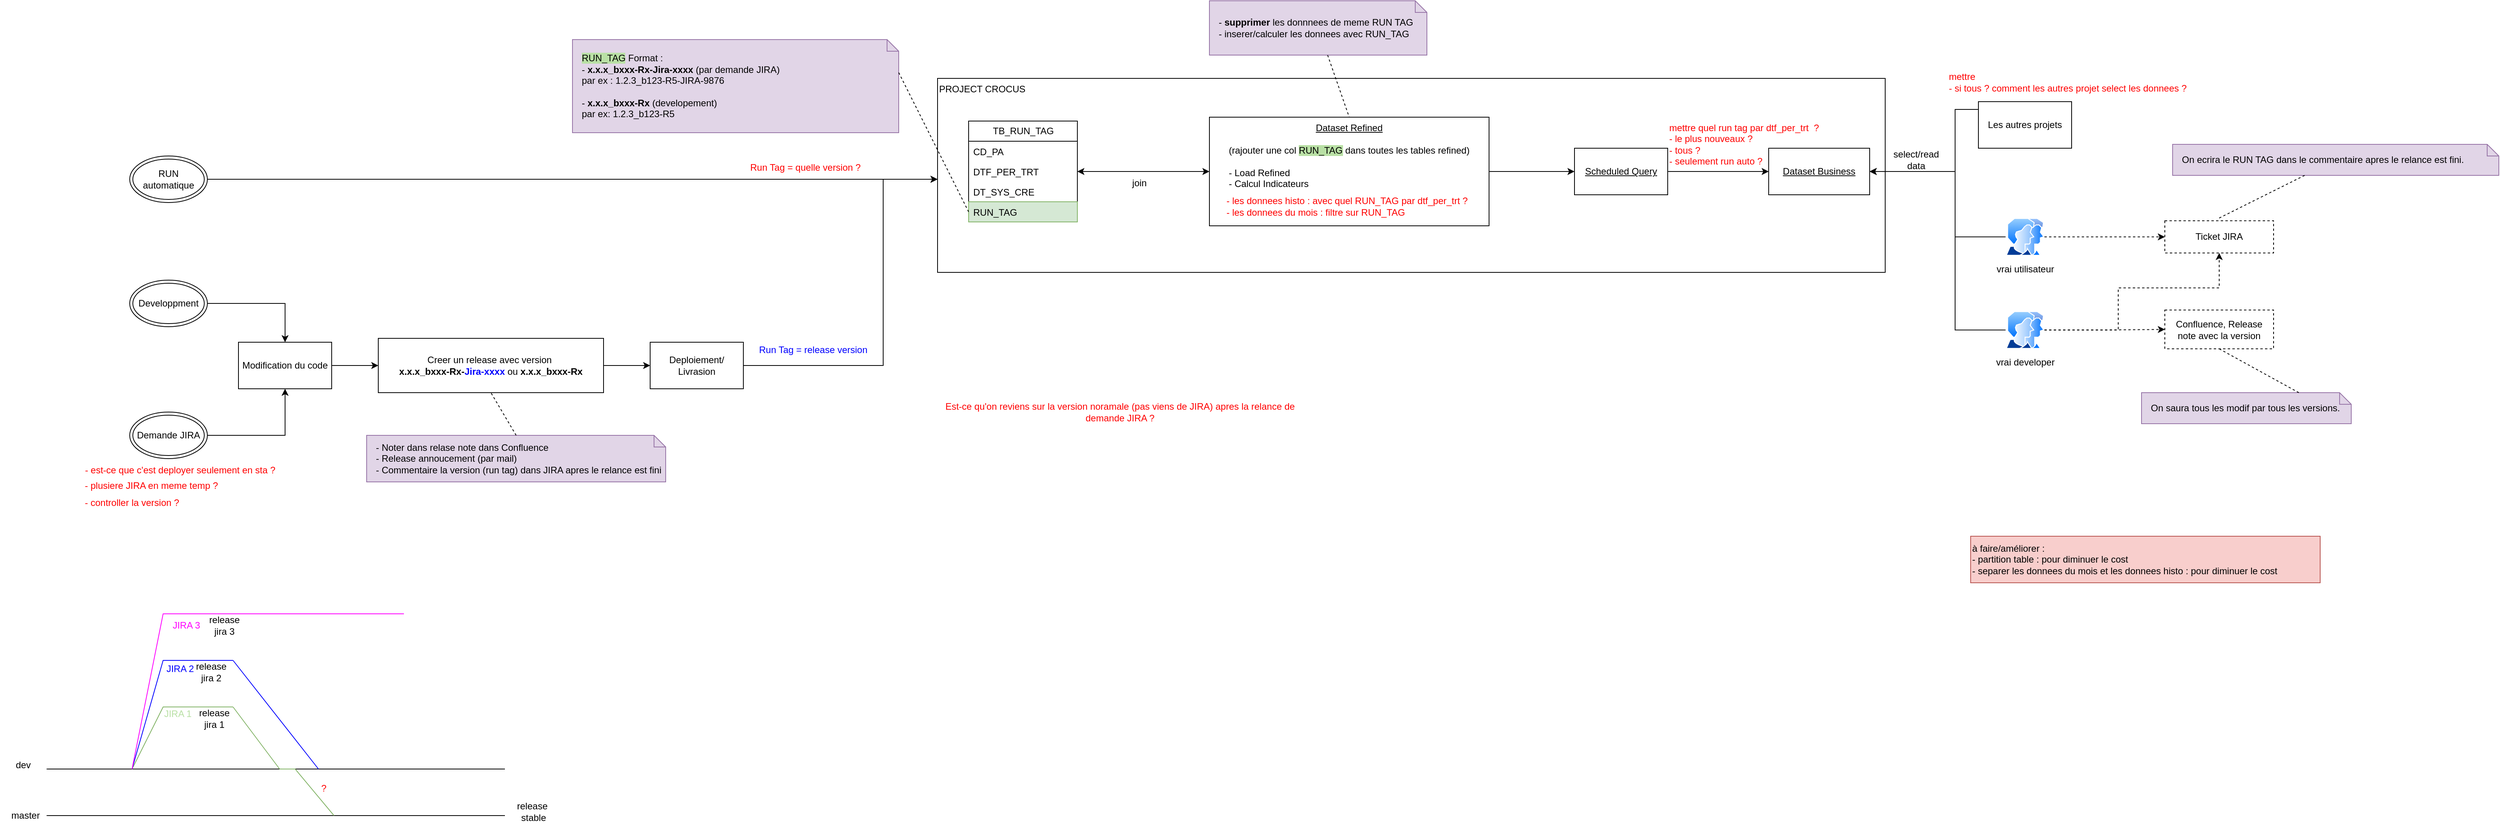
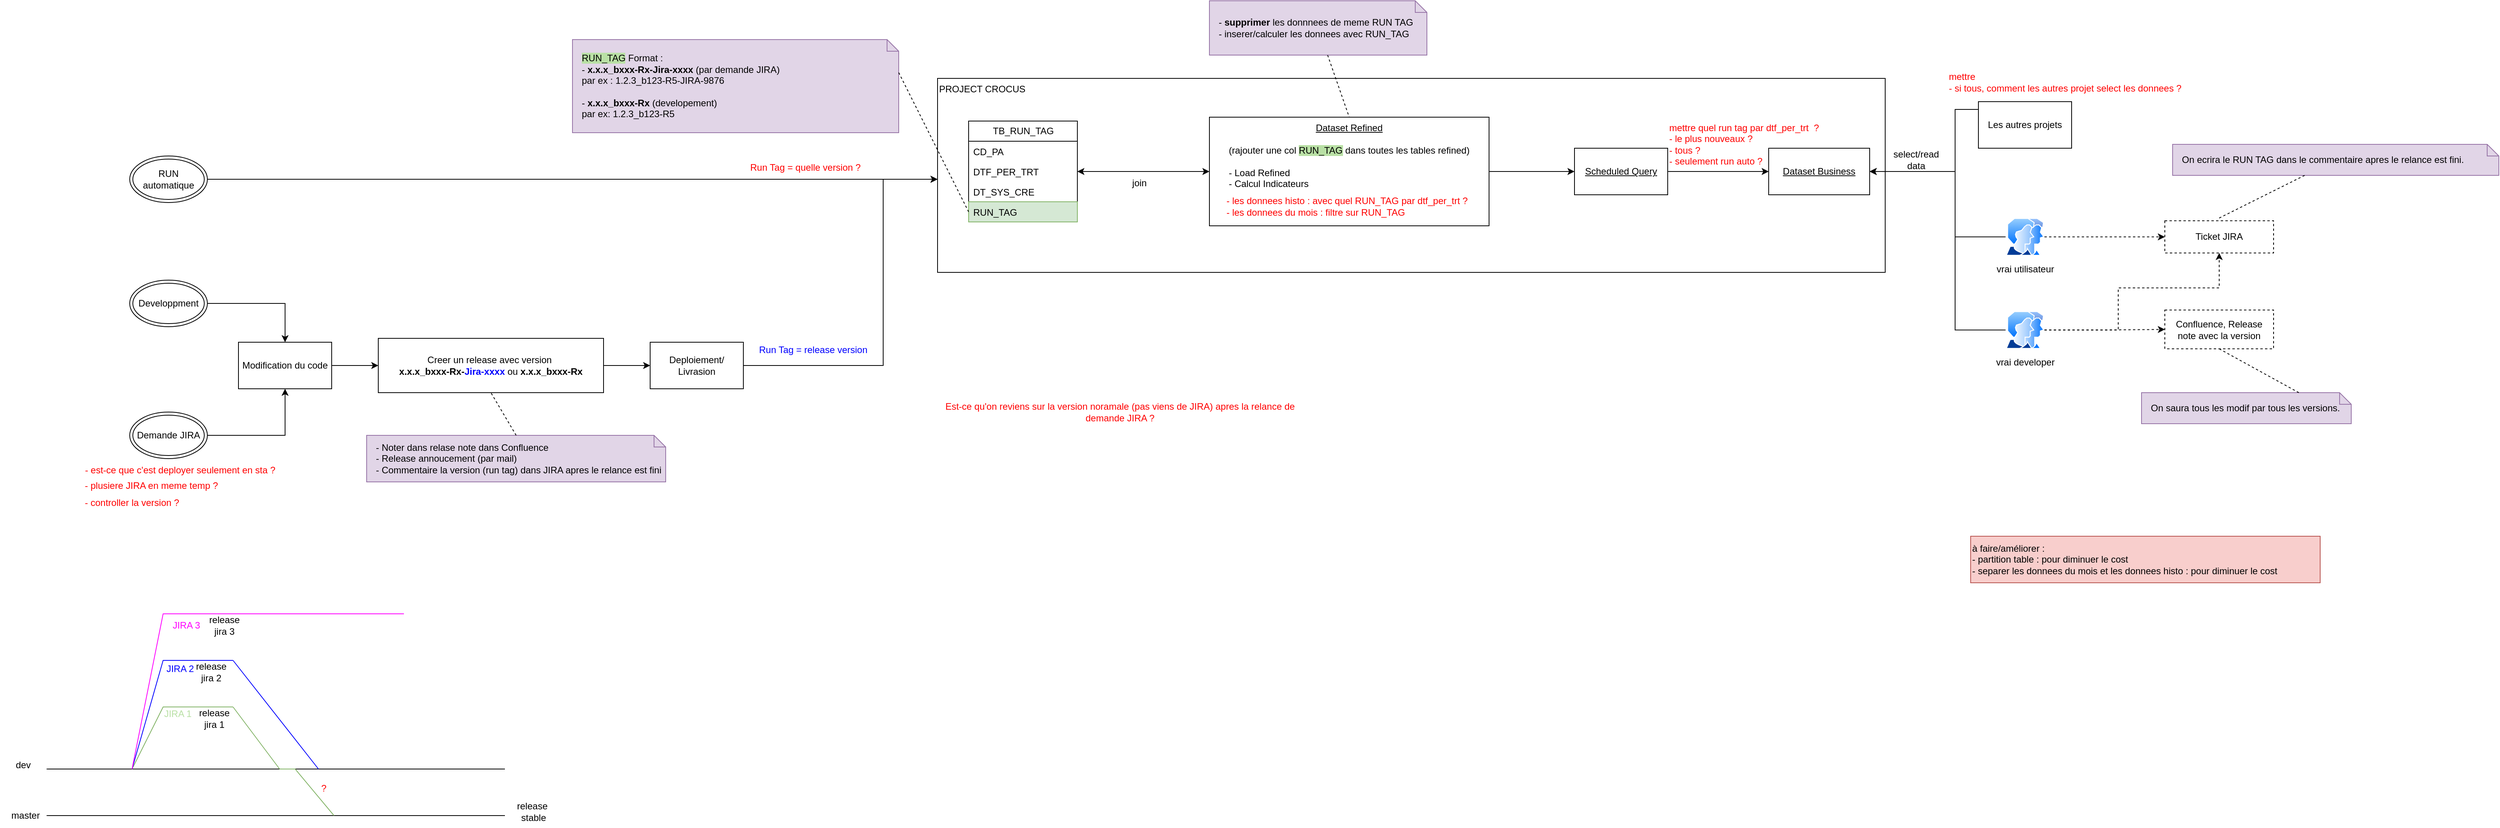
<mxfile host="app.diagrams.net">
  <diagram name="Page-1" id="bEAYSmEDHXBXhFzCy1HB">
-     <mxGraphModel dx="2238" dy="763" grid="1" gridSize="10" guides="1" tooltips="1" connect="1" arrows="1" fold="1" page="1" pageScale="1" pageWidth="827" pageHeight="1169" math="0" shadow="0">
+     <mxGraphModel dx="2873" dy="1106" grid="1" gridSize="10" guides="1" tooltips="1" connect="1" arrows="1" fold="1" page="1" pageScale="1" pageWidth="827" pageHeight="1169" math="0" shadow="0">
      <root>
        <mxCell id="0" />
        <mxCell id="1" parent="0" />
        <mxCell id="QUzsFoNl6aFI_2ed8XXq-13" parent="1" style="rounded=0;whiteSpace=wrap;html=1;align=left;verticalAlign=top;" value="PROJECT CROCUS" vertex="1">
          <mxGeometry height="250" width="1220" x="380" y="140" as="geometry" />
        </mxCell>
        <mxCell id="QUzsFoNl6aFI_2ed8XXq-1" parent="1" style="swimlane;fontStyle=0;childLayout=stackLayout;horizontal=1;startSize=26;fillColor=none;horizontalStack=0;resizeParent=1;resizeParentMax=0;resizeLast=0;collapsible=1;marginBottom=0;html=1;" value="TB_RUN_TAG" vertex="1">
          <mxGeometry height="130" width="140" x="420" y="195" as="geometry" />
        </mxCell>
        <mxCell id="QUzsFoNl6aFI_2ed8XXq-2" parent="QUzsFoNl6aFI_2ed8XXq-1" style="text;strokeColor=none;fillColor=none;align=left;verticalAlign=top;spacingLeft=4;spacingRight=4;overflow=hidden;rotatable=0;points=[[0,0.5],[1,0.5]];portConstraint=eastwest;whiteSpace=wrap;html=1;" value="CD_PA" vertex="1">
          <mxGeometry height="26" width="140" y="26" as="geometry" />
        </mxCell>
        <mxCell id="QUzsFoNl6aFI_2ed8XXq-3" parent="QUzsFoNl6aFI_2ed8XXq-1" style="text;strokeColor=none;fillColor=none;align=left;verticalAlign=top;spacingLeft=4;spacingRight=4;overflow=hidden;rotatable=0;points=[[0,0.5],[1,0.5]];portConstraint=eastwest;whiteSpace=wrap;html=1;" value="DTF_PER_TRT" vertex="1">
          <mxGeometry height="26" width="140" y="52" as="geometry" />
        </mxCell>
        <mxCell id="QUzsFoNl6aFI_2ed8XXq-4" parent="QUzsFoNl6aFI_2ed8XXq-1" style="text;strokeColor=none;fillColor=none;align=left;verticalAlign=top;spacingLeft=4;spacingRight=4;overflow=hidden;rotatable=0;points=[[0,0.5],[1,0.5]];portConstraint=eastwest;whiteSpace=wrap;html=1;" value="DT_SYS_CRE" vertex="1">
          <mxGeometry height="26" width="140" y="78" as="geometry" />
        </mxCell>
        <mxCell id="QUzsFoNl6aFI_2ed8XXq-5" parent="QUzsFoNl6aFI_2ed8XXq-1" style="text;strokeColor=#82b366;fillColor=#d5e8d4;align=left;verticalAlign=top;spacingLeft=4;spacingRight=4;overflow=hidden;rotatable=0;points=[[0,0.5],[1,0.5]];portConstraint=eastwest;whiteSpace=wrap;html=1;" value="RUN_TAG" vertex="1">
          <mxGeometry height="26" width="140" y="104" as="geometry" />
        </mxCell>
        <mxCell id="QUzsFoNl6aFI_2ed8XXq-7" parent="1" style="shape=note;size=15;align=left;spacingLeft=10;html=1;whiteSpace=wrap;fillColor=#e1d5e7;strokeColor=#9673a6;" value="&lt;span style=&quot;background-color: rgb(185, 224, 165);&quot;&gt;RUN_TAG&lt;/span&gt; Format :&amp;nbsp;&lt;div&gt;- &lt;b&gt;x.x.x_bxxx-Rx-Jira-xxxx&lt;/b&gt; (par demande JIRA)&amp;nbsp;&lt;/div&gt;&lt;div&gt;par ex : 1.2.3_b123-R5-JIRA-9876&lt;/div&gt;&lt;div&gt;&lt;br&gt;&lt;/div&gt;&lt;div&gt;-&lt;b&gt; x.x.x_bxxx-Rx&lt;/b&gt; (developement)&lt;/div&gt;&lt;div&gt;&lt;span style=&quot;background-color: transparent; color: light-dark(rgb(0, 0, 0), rgb(255, 255, 255));&quot;&gt;par ex: 1.2.3_b123-R5&lt;/span&gt;&lt;/div&gt;" vertex="1">
          <mxGeometry height="120" width="420" x="-90" y="90" as="geometry" />
        </mxCell>
        <mxCell id="QUzsFoNl6aFI_2ed8XXq-8" edge="1" parent="1" source="QUzsFoNl6aFI_2ed8XXq-7" style="edgeStyle=none;endArrow=none;exitX=0;exitY=0;dashed=1;html=1;rounded=0;entryX=0;entryY=0.5;entryDx=0;entryDy=0;exitDx=420;exitDy=42.5;exitPerimeter=0;" target="QUzsFoNl6aFI_2ed8XXq-5" value="">
          <mxGeometry relative="1" x="1" as="geometry">
            <mxPoint x="590" y="660" as="targetPoint" />
          </mxGeometry>
        </mxCell>
        <mxCell id="QUzsFoNl6aFI_2ed8XXq-10" parent="1" style="rounded=0;whiteSpace=wrap;html=1;dashed=1;" value="Confluence, Release note avec la v&lt;span style=&quot;background-color: transparent; color: light-dark(rgb(0, 0, 0), rgb(255, 255, 255));&quot;&gt;ersion&lt;/span&gt;" vertex="1">
          <mxGeometry height="50" width="140" x="1960" y="438.5" as="geometry" />
        </mxCell>
        <mxCell id="QUzsFoNl6aFI_2ed8XXq-11" parent="1" style="rounded=0;whiteSpace=wrap;html=1;dashed=1;" value="Ticket JIRA" vertex="1">
          <mxGeometry height="41.5" width="140" x="1960" y="323.5" as="geometry" />
        </mxCell>
        <mxCell id="QUzsFoNl6aFI_2ed8XXq-42" edge="1" parent="1" source="QUzsFoNl6aFI_2ed8XXq-12" style="edgeStyle=orthogonalEdgeStyle;rounded=0;orthogonalLoop=1;jettySize=auto;html=1;entryX=1;entryY=0.5;entryDx=0;entryDy=0;startArrow=classic;startFill=1;" target="QUzsFoNl6aFI_2ed8XXq-3">
          <mxGeometry relative="1" as="geometry" />
        </mxCell>
        <mxCell id="QUzsFoNl6aFI_2ed8XXq-50" edge="1" parent="1" source="QUzsFoNl6aFI_2ed8XXq-12" style="edgeStyle=orthogonalEdgeStyle;rounded=0;orthogonalLoop=1;jettySize=auto;html=1;" target="QUzsFoNl6aFI_2ed8XXq-46">
          <mxGeometry relative="1" as="geometry">
            <Array as="points" />
          </mxGeometry>
        </mxCell>
        <mxCell id="QUzsFoNl6aFI_2ed8XXq-12" parent="1" style="rounded=0;whiteSpace=wrap;html=1;verticalAlign=top;" value="&lt;u&gt;Dataset Refined&lt;/u&gt;&lt;div&gt;&lt;u&gt;&lt;br&gt;&lt;/u&gt;&lt;div&gt;(rajouter une col &lt;span style=&quot;background-color: rgb(185, 224, 165);&quot;&gt;RUN_TAG&lt;/span&gt;&lt;span&gt; &lt;/span&gt;dans toutes les tables refined)&lt;/div&gt;&lt;div&gt;&lt;br&gt;&lt;/div&gt;&lt;div style=&quot;text-align: left;&quot;&gt;- Load Refined&amp;nbsp; &amp;nbsp; &amp;nbsp; &amp;nbsp;&lt;/div&gt;&lt;div style=&quot;text-align: left;&quot;&gt;- Calcul Indicateurs&lt;/div&gt;&lt;/div&gt;" vertex="1">
          <mxGeometry height="140" width="360" x="730" y="190" as="geometry" />
        </mxCell>
        <mxCell id="QUzsFoNl6aFI_2ed8XXq-27" edge="1" parent="1" source="QUzsFoNl6aFI_2ed8XXq-33" style="edgeStyle=orthogonalEdgeStyle;rounded=0;orthogonalLoop=1;jettySize=auto;html=1;entryX=0.5;entryY=0;entryDx=0;entryDy=0;" target="QUzsFoNl6aFI_2ed8XXq-23">
          <mxGeometry relative="1" as="geometry">
            <mxPoint x="-760" y="325" as="sourcePoint" />
          </mxGeometry>
        </mxCell>
        <mxCell id="QUzsFoNl6aFI_2ed8XXq-29" edge="1" parent="1" source="QUzsFoNl6aFI_2ed8XXq-34" style="edgeStyle=orthogonalEdgeStyle;rounded=0;orthogonalLoop=1;jettySize=auto;html=1;entryX=0.5;entryY=1;entryDx=0;entryDy=0;" target="QUzsFoNl6aFI_2ed8XXq-23">
          <mxGeometry relative="1" as="geometry">
            <mxPoint x="-820" y="785" as="sourcePoint" />
          </mxGeometry>
        </mxCell>
        <mxCell id="QUzsFoNl6aFI_2ed8XXq-19" parent="1" style="text;html=1;whiteSpace=wrap;strokeColor=none;fillColor=none;align=center;verticalAlign=middle;rounded=0;fontColor=#0000FF;" value="&lt;font style=&quot;color: rgb(255, 0, 0);&quot;&gt;Run Tag = quelle version ?&lt;/font&gt;" vertex="1">
          <mxGeometry height="30" width="200" x="110" y="240" as="geometry" />
        </mxCell>
        <mxCell id="QUzsFoNl6aFI_2ed8XXq-28" edge="1" parent="1" source="QUzsFoNl6aFI_2ed8XXq-23" style="edgeStyle=orthogonalEdgeStyle;rounded=0;orthogonalLoop=1;jettySize=auto;html=1;" target="QUzsFoNl6aFI_2ed8XXq-25">
          <mxGeometry relative="1" as="geometry" />
        </mxCell>
        <mxCell id="QUzsFoNl6aFI_2ed8XXq-23" parent="1" style="rounded=0;whiteSpace=wrap;html=1;" value="Modification du code" vertex="1">
          <mxGeometry height="60" width="120" x="-520" y="480" as="geometry" />
        </mxCell>
        <mxCell id="QUzsFoNl6aFI_2ed8XXq-31" edge="1" parent="1" source="QUzsFoNl6aFI_2ed8XXq-24" style="edgeStyle=orthogonalEdgeStyle;rounded=0;orthogonalLoop=1;jettySize=auto;html=1;" target="QUzsFoNl6aFI_2ed8XXq-13">
          <mxGeometry relative="1" as="geometry">
            <Array as="points">
              <mxPoint x="310" y="510" />
              <mxPoint x="310" y="270" />
            </Array>
          </mxGeometry>
        </mxCell>
        <mxCell id="QUzsFoNl6aFI_2ed8XXq-24" parent="1" style="rounded=0;whiteSpace=wrap;html=1;" value="Deploiement/ Livrasion" vertex="1">
          <mxGeometry height="60" width="120" x="10" y="480" as="geometry" />
        </mxCell>
        <mxCell id="QUzsFoNl6aFI_2ed8XXq-30" edge="1" parent="1" source="QUzsFoNl6aFI_2ed8XXq-25" style="edgeStyle=orthogonalEdgeStyle;rounded=0;orthogonalLoop=1;jettySize=auto;html=1;entryX=0;entryY=0.5;entryDx=0;entryDy=0;" target="QUzsFoNl6aFI_2ed8XXq-24">
          <mxGeometry relative="1" as="geometry" />
        </mxCell>
        <mxCell id="QUzsFoNl6aFI_2ed8XXq-25" parent="1" style="rounded=0;whiteSpace=wrap;html=1;" value="Creer un release avec version&amp;nbsp;&lt;div&gt;&lt;span style=&quot;text-align: left;&quot;&gt;&lt;b&gt;x.x.x_bxxx-Rx-&lt;font style=&quot;color: rgb(0, 0, 255);&quot;&gt;Jira-xxxx&lt;/font&gt;&lt;/b&gt; ou&amp;nbsp;&lt;/span&gt;&lt;span style=&quot;text-align: left;&quot;&gt;&lt;b&gt;x.x.x_bxxx-Rx&lt;/b&gt;&lt;/span&gt;&lt;/div&gt;" vertex="1">
          <mxGeometry height="70" width="290" x="-340" y="475" as="geometry" />
        </mxCell>
        <mxCell id="QUzsFoNl6aFI_2ed8XXq-33" parent="1" style="ellipse;shape=doubleEllipse;whiteSpace=wrap;html=1;" value="Developpment" vertex="1">
          <mxGeometry height="60" width="100" x="-660" y="400" as="geometry" />
        </mxCell>
        <mxCell id="QUzsFoNl6aFI_2ed8XXq-34" parent="1" style="ellipse;shape=doubleEllipse;whiteSpace=wrap;html=1;" value="Demande JIRA" vertex="1">
          <mxGeometry height="60" width="100" x="-660" y="570" as="geometry" />
        </mxCell>
        <mxCell id="QUzsFoNl6aFI_2ed8XXq-36" edge="1" parent="1" source="QUzsFoNl6aFI_2ed8XXq-35" style="edgeStyle=orthogonalEdgeStyle;rounded=0;orthogonalLoop=1;jettySize=auto;html=1;" target="QUzsFoNl6aFI_2ed8XXq-13">
          <mxGeometry relative="1" as="geometry">
            <Array as="points">
              <mxPoint x="40" y="270" />
              <mxPoint x="40" y="270" />
            </Array>
          </mxGeometry>
        </mxCell>
        <mxCell id="QUzsFoNl6aFI_2ed8XXq-35" parent="1" style="ellipse;shape=doubleEllipse;whiteSpace=wrap;html=1;" value="RUN automatique" vertex="1">
          <mxGeometry height="60" width="100" x="-660" y="240" as="geometry" />
        </mxCell>
        <mxCell id="QUzsFoNl6aFI_2ed8XXq-37" parent="1" style="text;html=1;whiteSpace=wrap;strokeColor=none;fillColor=none;align=center;verticalAlign=middle;rounded=0;fontColor=#0000FF;" value="Run Tag = release version" vertex="1">
          <mxGeometry height="30" width="200" x="120" y="475" as="geometry" />
        </mxCell>
        <mxCell id="QUzsFoNl6aFI_2ed8XXq-38" parent="1" style="shape=note;size=15;align=left;spacingLeft=10;html=1;whiteSpace=wrap;fillColor=#e1d5e7;strokeColor=#9673a6;" value="- Noter dans relase note dans Confluence&lt;div&gt;- Release annoucement (par mail)&lt;/div&gt;&lt;div&gt;- Commentaire la version (run tag) dans JIRA apres le relance est fini&lt;/div&gt;" vertex="1">
          <mxGeometry height="60" width="385" x="-355" y="600" as="geometry" />
        </mxCell>
        <mxCell id="QUzsFoNl6aFI_2ed8XXq-39" edge="1" parent="1" source="QUzsFoNl6aFI_2ed8XXq-38" style="edgeStyle=none;endArrow=none;exitX=0.5;exitY=0;dashed=1;html=1;rounded=0;entryX=0.5;entryY=1;entryDx=0;entryDy=0;exitDx=0;exitDy=0;exitPerimeter=0;" target="QUzsFoNl6aFI_2ed8XXq-25" value="">
          <mxGeometry relative="1" x="1" as="geometry">
            <mxPoint x="710" y="660" as="sourcePoint" />
            <mxPoint x="762" y="510" as="targetPoint" />
          </mxGeometry>
        </mxCell>
        <mxCell id="QUzsFoNl6aFI_2ed8XXq-40" parent="1" style="shape=note;size=15;align=left;spacingLeft=10;html=1;whiteSpace=wrap;fillColor=#e1d5e7;strokeColor=#9673a6;" value="- &lt;b&gt;supprimer &lt;/b&gt;les donnnees de meme RUN TAG&lt;div&gt;- inserer/calculer les donnees avec RUN_TAG&lt;/div&gt;" vertex="1">
          <mxGeometry height="70" width="280" x="730" y="40" as="geometry" />
        </mxCell>
        <mxCell id="QUzsFoNl6aFI_2ed8XXq-41" edge="1" parent="1" source="QUzsFoNl6aFI_2ed8XXq-40" style="edgeStyle=none;endArrow=none;dashed=1;html=1;rounded=0;entryX=0.5;entryY=0;entryDx=0;entryDy=0;" target="QUzsFoNl6aFI_2ed8XXq-12" value="">
          <mxGeometry relative="1" x="1" as="geometry">
            <mxPoint x="720" y="650" as="sourcePoint" />
            <mxPoint x="772" y="500" as="targetPoint" />
          </mxGeometry>
        </mxCell>
        <mxCell id="QUzsFoNl6aFI_2ed8XXq-43" parent="1" style="text;html=1;whiteSpace=wrap;strokeColor=none;fillColor=none;align=left;verticalAlign=middle;rounded=0;" value="&lt;font style=&quot;color: rgb(255, 0, 0);&quot;&gt;- les donnees histo : avec quel RUN_TAG par dtf_per_trt ?&lt;/font&gt;&lt;div&gt;&lt;font style=&quot;color: rgb(255, 0, 0);&quot;&gt;- les donnees du mois : f&lt;/font&gt;&lt;span style=&quot;color: light-dark(rgb(255, 0, 0), rgb(255, 144, 144)); background-color: transparent;&quot;&gt;iltre sur RUN_TAG&lt;/span&gt;&lt;/div&gt;" vertex="1">
          <mxGeometry height="30" width="330" x="750" y="290" as="geometry" />
        </mxCell>
        <mxCell id="QUzsFoNl6aFI_2ed8XXq-45" parent="1" style="rounded=0;whiteSpace=wrap;html=1;" value="&lt;u&gt;Dataset Business&lt;/u&gt;" vertex="1">
          <mxGeometry height="60" width="130" x="1450" y="230" as="geometry" />
        </mxCell>
        <mxCell id="QUzsFoNl6aFI_2ed8XXq-48" edge="1" parent="1" source="QUzsFoNl6aFI_2ed8XXq-46" style="edgeStyle=orthogonalEdgeStyle;rounded=0;orthogonalLoop=1;jettySize=auto;html=1;" target="QUzsFoNl6aFI_2ed8XXq-45">
          <mxGeometry relative="1" as="geometry" />
        </mxCell>
        <mxCell id="QUzsFoNl6aFI_2ed8XXq-46" parent="1" style="rounded=0;whiteSpace=wrap;html=1;" value="&lt;u&gt;Scheduled Query&lt;/u&gt;" vertex="1">
          <mxGeometry height="60" width="120" x="1200" y="230" as="geometry" />
        </mxCell>
        <mxCell id="QUzsFoNl6aFI_2ed8XXq-51" parent="1" style="text;html=1;whiteSpace=wrap;strokeColor=none;fillColor=none;align=left;verticalAlign=middle;rounded=0;fontColor=#FF0000;" value="mettre quel run tag par dtf_per_trt&amp;nbsp;&amp;nbsp;?&amp;nbsp;&lt;div&gt;- le plus nouveaux ?&lt;/div&gt;&lt;div&gt;- tous ?&lt;/div&gt;&lt;div&gt;- seulement run auto ?&lt;/div&gt;" vertex="1">
          <mxGeometry height="30" width="370" x="1320" y="210" as="geometry" />
        </mxCell>
        <mxCell id="QUzsFoNl6aFI_2ed8XXq-59" edge="1" parent="1" source="QUzsFoNl6aFI_2ed8XXq-52" style="edgeStyle=orthogonalEdgeStyle;rounded=0;orthogonalLoop=1;jettySize=auto;html=1;entryX=1;entryY=0.5;entryDx=0;entryDy=0;" target="QUzsFoNl6aFI_2ed8XXq-45">
          <mxGeometry relative="1" as="geometry">
            <Array as="points">
              <mxPoint x="1690" y="180" />
              <mxPoint x="1690" y="260" />
            </Array>
          </mxGeometry>
        </mxCell>
        <mxCell id="QUzsFoNl6aFI_2ed8XXq-52" parent="1" style="rounded=0;whiteSpace=wrap;html=1;" value="Les autres projets" vertex="1">
          <mxGeometry height="60" width="120" x="1720" y="170" as="geometry" />
        </mxCell>
        <mxCell id="QUzsFoNl6aFI_2ed8XXq-58" edge="1" parent="1" source="QUzsFoNl6aFI_2ed8XXq-57" style="edgeStyle=orthogonalEdgeStyle;rounded=0;orthogonalLoop=1;jettySize=auto;html=1;entryX=1;entryY=0.5;entryDx=0;entryDy=0;" target="QUzsFoNl6aFI_2ed8XXq-45">
          <mxGeometry relative="1" as="geometry">
            <Array as="points">
              <mxPoint x="1690" y="344" />
              <mxPoint x="1690" y="260" />
            </Array>
          </mxGeometry>
        </mxCell>
        <mxCell id="QUzsFoNl6aFI_2ed8XXq-65" edge="1" parent="1" source="QUzsFoNl6aFI_2ed8XXq-57" style="edgeStyle=orthogonalEdgeStyle;rounded=0;orthogonalLoop=1;jettySize=auto;html=1;dashed=1;" target="QUzsFoNl6aFI_2ed8XXq-11">
          <mxGeometry relative="1" as="geometry" />
        </mxCell>
        <mxCell id="QUzsFoNl6aFI_2ed8XXq-57" parent="1" style="image;aspect=fixed;perimeter=ellipsePerimeter;html=1;align=center;shadow=0;dashed=0;spacingTop=3;image=img/lib/active_directory/user_accounts.svg;" value="vrai utilisateur" vertex="1">
          <mxGeometry height="48.5" width="50" x="1755" y="320" as="geometry" />
        </mxCell>
        <mxCell id="QUzsFoNl6aFI_2ed8XXq-60" parent="1" style="text;html=1;whiteSpace=wrap;strokeColor=none;fillColor=none;align=center;verticalAlign=middle;rounded=0;" value="select/read data" vertex="1">
          <mxGeometry height="30" width="60" x="1610" y="230" as="geometry" />
        </mxCell>
        <mxCell id="QUzsFoNl6aFI_2ed8XXq-63" edge="1" parent="1" source="QUzsFoNl6aFI_2ed8XXq-62" style="edgeStyle=orthogonalEdgeStyle;rounded=0;orthogonalLoop=1;jettySize=auto;html=1;entryX=1;entryY=0.5;entryDx=0;entryDy=0;" target="QUzsFoNl6aFI_2ed8XXq-45">
          <mxGeometry relative="1" as="geometry">
            <Array as="points">
              <mxPoint x="1690" y="464" />
              <mxPoint x="1690" y="260" />
            </Array>
          </mxGeometry>
        </mxCell>
        <mxCell id="QUzsFoNl6aFI_2ed8XXq-66" edge="1" parent="1" source="QUzsFoNl6aFI_2ed8XXq-62" style="edgeStyle=orthogonalEdgeStyle;rounded=0;orthogonalLoop=1;jettySize=auto;html=1;dashed=1;" target="QUzsFoNl6aFI_2ed8XXq-10">
          <mxGeometry relative="1" as="geometry" />
        </mxCell>
        <mxCell id="QUzsFoNl6aFI_2ed8XXq-68" edge="1" parent="1" source="QUzsFoNl6aFI_2ed8XXq-62" style="edgeStyle=orthogonalEdgeStyle;rounded=0;orthogonalLoop=1;jettySize=auto;html=1;entryX=0.5;entryY=1;entryDx=0;entryDy=0;dashed=1;" target="QUzsFoNl6aFI_2ed8XXq-11">
          <mxGeometry relative="1" as="geometry">
            <Array as="points">
              <mxPoint x="1900" y="464" />
              <mxPoint x="1900" y="410" />
              <mxPoint x="2030" y="410" />
            </Array>
          </mxGeometry>
        </mxCell>
        <mxCell id="QUzsFoNl6aFI_2ed8XXq-62" parent="1" style="image;aspect=fixed;perimeter=ellipsePerimeter;html=1;align=center;shadow=0;dashed=0;spacingTop=3;image=img/lib/active_directory/user_accounts.svg;" value="vrai developer" vertex="1">
          <mxGeometry height="48.5" width="50" x="1755" y="440" as="geometry" />
        </mxCell>
        <mxCell id="QUzsFoNl6aFI_2ed8XXq-69" parent="1" style="shape=note;size=15;align=left;spacingLeft=10;html=1;whiteSpace=wrap;fillColor=#e1d5e7;strokeColor=#9673a6;" value="On ecrira le RUN TAG dans le commentaire apres le relance est fini." vertex="1">
          <mxGeometry height="40" width="420" x="1970" y="225" as="geometry" />
        </mxCell>
        <mxCell id="QUzsFoNl6aFI_2ed8XXq-70" edge="1" parent="1" source="QUzsFoNl6aFI_2ed8XXq-69" style="edgeStyle=none;endArrow=none;dashed=1;html=1;rounded=0;" value="">
          <mxGeometry relative="1" x="1" as="geometry">
            <mxPoint x="970" y="210" as="sourcePoint" />
            <mxPoint x="2030" y="320" as="targetPoint" />
          </mxGeometry>
        </mxCell>
        <mxCell id="QUzsFoNl6aFI_2ed8XXq-71" parent="1" style="shape=note;size=15;align=left;spacingLeft=10;html=1;whiteSpace=wrap;fillColor=#e1d5e7;strokeColor=#9673a6;" value="On saura tous les modif par tous les versions." vertex="1">
          <mxGeometry height="40" width="270" x="1930" y="545" as="geometry" />
        </mxCell>
        <mxCell id="QUzsFoNl6aFI_2ed8XXq-72" edge="1" parent="1" source="QUzsFoNl6aFI_2ed8XXq-71" style="edgeStyle=none;endArrow=none;dashed=1;html=1;rounded=0;entryX=0.5;entryY=1;entryDx=0;entryDy=0;exitX=0;exitY=0;exitDx=202.5;exitDy=0;exitPerimeter=0;" target="QUzsFoNl6aFI_2ed8XXq-10" value="">
          <mxGeometry relative="1" x="1" as="geometry">
            <mxPoint x="2180" y="470" as="sourcePoint" />
            <mxPoint x="2070" y="525" as="targetPoint" />
          </mxGeometry>
        </mxCell>
-         <mxCell id="QUzsFoNl6aFI_2ed8XXq-73" parent="1" style="text;html=1;whiteSpace=wrap;strokeColor=none;fillColor=none;align=left;verticalAlign=middle;rounded=0;fontColor=#FF0000;" value="mettre&amp;nbsp;&lt;div&gt;&lt;span style=&quot;background-color: transparent; color: light-dark(rgb(255, 0, 0), rgb(255, 144, 144));&quot;&gt;- si tous ? comment les autres projet select les donnees ?&lt;/span&gt;&lt;/div&gt;" vertex="1">
+         <mxCell id="QUzsFoNl6aFI_2ed8XXq-73" parent="1" style="text;html=1;whiteSpace=wrap;strokeColor=none;fillColor=none;align=left;verticalAlign=middle;rounded=0;fontColor=#FF0000;" value="mettre&amp;nbsp;&lt;div&gt;&lt;span style=&quot;background-color: transparent; color: light-dark(rgb(255, 0, 0), rgb(255, 144, 144));&quot;&gt;- si tous, comment les autres projet select les donnees ?&lt;/span&gt;&lt;/div&gt;" vertex="1">
          <mxGeometry height="30" width="370" x="1680" y="130" as="geometry" />
        </mxCell>
        <mxCell id="QUzsFoNl6aFI_2ed8XXq-74" parent="1" style="rounded=0;whiteSpace=wrap;html=1;align=left;fillColor=#f8cecc;strokeColor=#b85450;" value="à faire/améliorer :&lt;div&gt;- partition table : pour diminuer le cost&lt;/div&gt;&lt;div&gt;- separer les donnees du mois et les donnees histo&amp;nbsp;&lt;span style=&quot;background-color: transparent; color: light-dark(rgb(0, 0, 0), rgb(255, 255, 255));&quot;&gt;: pour diminuer le cost&lt;/span&gt;&lt;/div&gt;" vertex="1">
          <mxGeometry height="60" width="450" x="1710" y="730" as="geometry" />
        </mxCell>
        <mxCell id="QUzsFoNl6aFI_2ed8XXq-76" parent="1" style="text;html=1;whiteSpace=wrap;strokeColor=none;fillColor=none;align=center;verticalAlign=middle;rounded=0;" value="join" vertex="1">
          <mxGeometry height="30" width="60" x="610" y="260" as="geometry" />
        </mxCell>
        <mxCell id="QUzsFoNl6aFI_2ed8XXq-77" parent="1" style="text;html=1;whiteSpace=wrap;strokeColor=none;fillColor=none;align=center;verticalAlign=middle;rounded=0;fontColor=#FF0000;" value="Est-ce qu&#39;on reviens sur la version noramale (pas viens de JIRA) apres la relance de demande JIRA ?" vertex="1">
          <mxGeometry height="30" width="470" x="380" y="555" as="geometry" />
        </mxCell>
        <mxCell id="QUzsFoNl6aFI_2ed8XXq-78" parent="1" style="text;html=1;whiteSpace=wrap;strokeColor=none;fillColor=none;align=center;verticalAlign=middle;rounded=0;fontColor=#FF0000;" value="- est-ce que c&#39;est deployer seulement en sta ?" vertex="1">
          <mxGeometry height="30" width="290" x="-740" y="630" as="geometry" />
        </mxCell>
        <mxCell id="QUzsFoNl6aFI_2ed8XXq-79" parent="1" style="text;html=1;whiteSpace=wrap;strokeColor=none;fillColor=none;align=center;verticalAlign=middle;rounded=0;fontColor=#FF0000;" value="- plusiere JIRA en meme temp ?" vertex="1">
          <mxGeometry height="30" width="290" x="-777" y="650" as="geometry" />
        </mxCell>
        <mxCell id="QUzsFoNl6aFI_2ed8XXq-80" parent="1" style="text;html=1;whiteSpace=wrap;strokeColor=none;fillColor=none;align=center;verticalAlign=middle;rounded=0;fontColor=#FF0000;" value="- controller la version ?" vertex="1">
          <mxGeometry height="30" width="290" x="-802" y="672" as="geometry" />
        </mxCell>
        <mxCell id="QUzsFoNl6aFI_2ed8XXq-81" edge="1" parent="1" style="endArrow=none;html=1;rounded=0;" value="">
          <mxGeometry height="50" relative="1" width="50" as="geometry">
            <mxPoint x="-767" y="1030" as="sourcePoint" />
            <mxPoint x="-177" y="1030" as="targetPoint" />
          </mxGeometry>
        </mxCell>
        <mxCell id="QUzsFoNl6aFI_2ed8XXq-83" edge="1" parent="1" style="endArrow=none;html=1;rounded=0;fillColor=#d5e8d4;strokeColor=#82b366;" value="">
          <mxGeometry height="50" relative="1" width="50" as="geometry">
            <Array as="points">
              <mxPoint x="-617" y="950" />
            </Array>
            <mxPoint x="-657" y="1030" as="sourcePoint" />
            <mxPoint x="-527" y="950" as="targetPoint" />
          </mxGeometry>
        </mxCell>
        <mxCell id="QUzsFoNl6aFI_2ed8XXq-84" parent="1" style="text;html=1;whiteSpace=wrap;strokeColor=none;fillColor=none;align=center;verticalAlign=middle;rounded=0;" value="dev" vertex="1">
          <mxGeometry height="30" width="60" x="-827" y="1010" as="geometry" />
        </mxCell>
        <mxCell id="QUzsFoNl6aFI_2ed8XXq-85" edge="1" parent="1" style="endArrow=none;html=1;rounded=0;strokeColor=#0000FF;" value="">
          <mxGeometry height="50" relative="1" width="50" as="geometry">
            <Array as="points">
              <mxPoint x="-617" y="890" />
            </Array>
            <mxPoint x="-657" y="1030" as="sourcePoint" />
            <mxPoint x="-527" y="890" as="targetPoint" />
          </mxGeometry>
        </mxCell>
        <mxCell id="QUzsFoNl6aFI_2ed8XXq-86" edge="1" parent="1" style="endArrow=none;html=1;rounded=0;strokeColor=#FF00FF;" value="">
          <mxGeometry height="50" relative="1" width="50" as="geometry">
            <Array as="points">
              <mxPoint x="-617" y="830" />
            </Array>
            <mxPoint x="-657" y="1030" as="sourcePoint" />
            <mxPoint x="-307" y="830" as="targetPoint" />
          </mxGeometry>
        </mxCell>
        <mxCell id="QUzsFoNl6aFI_2ed8XXq-87" parent="1" style="text;html=1;whiteSpace=wrap;strokeColor=none;fillColor=none;align=center;verticalAlign=middle;rounded=0;fontColor=#B9E0A5;" value="JIRA 1" vertex="1">
          <mxGeometry height="30" width="60" x="-628" y="944" as="geometry" />
        </mxCell>
        <mxCell id="QUzsFoNl6aFI_2ed8XXq-88" parent="1" style="text;html=1;whiteSpace=wrap;strokeColor=none;fillColor=none;align=center;verticalAlign=middle;rounded=0;fontColor=#0000FF;" value="JIRA 2" vertex="1">
          <mxGeometry height="30" width="60" x="-625" y="886" as="geometry" />
        </mxCell>
        <mxCell id="QUzsFoNl6aFI_2ed8XXq-89" parent="1" style="text;html=1;whiteSpace=wrap;strokeColor=none;fillColor=none;align=center;verticalAlign=middle;rounded=0;fontColor=#FF00FF;" value="JIRA 3" vertex="1">
          <mxGeometry height="30" width="60" x="-617" y="830" as="geometry" />
        </mxCell>
        <mxCell id="QUzsFoNl6aFI_2ed8XXq-90" edge="1" parent="1" style="endArrow=none;html=1;rounded=0;" value="">
          <mxGeometry height="50" relative="1" width="50" as="geometry">
            <mxPoint x="-767" y="1090" as="sourcePoint" />
            <mxPoint x="-177" y="1090" as="targetPoint" />
          </mxGeometry>
        </mxCell>
        <mxCell id="QUzsFoNl6aFI_2ed8XXq-91" parent="1" style="text;html=1;whiteSpace=wrap;strokeColor=none;fillColor=none;align=center;verticalAlign=middle;rounded=0;" value="master" vertex="1">
          <mxGeometry height="30" width="60" x="-824" y="1075" as="geometry" />
        </mxCell>
        <mxCell id="QUzsFoNl6aFI_2ed8XXq-92" edge="1" parent="1" style="endArrow=none;html=1;rounded=0;fillColor=#d5e8d4;strokeColor=#82b366;" value="">
          <mxGeometry height="50" relative="1" width="50" as="geometry">
            <mxPoint x="-527" y="950" as="sourcePoint" />
            <mxPoint x="-467" y="1030" as="targetPoint" />
          </mxGeometry>
        </mxCell>
        <mxCell id="QUzsFoNl6aFI_2ed8XXq-94" edge="1" parent="1" style="endArrow=none;html=1;rounded=0;strokeColor=#0000FF;" value="">
          <mxGeometry height="50" relative="1" width="50" as="geometry">
            <mxPoint x="-527" y="890" as="sourcePoint" />
            <mxPoint x="-417" y="1030" as="targetPoint" />
          </mxGeometry>
        </mxCell>
        <mxCell id="QUzsFoNl6aFI_2ed8XXq-95" edge="1" parent="1" style="endArrow=none;html=1;rounded=0;fillColor=#d5e8d4;strokeColor=#82b366;" value="">
          <mxGeometry height="50" relative="1" width="50" as="geometry">
            <mxPoint x="-447" y="1030" as="sourcePoint" />
            <mxPoint x="-397" y="1090" as="targetPoint" />
          </mxGeometry>
        </mxCell>
        <mxCell id="QUzsFoNl6aFI_2ed8XXq-96" edge="1" parent="1" style="endArrow=none;html=1;rounded=0;fillColor=#d5e8d4;strokeColor=#82b366;" value="">
          <mxGeometry height="50" relative="1" width="50" as="geometry">
            <mxPoint x="-467" y="1030" as="sourcePoint" />
            <mxPoint x="-447" y="1030" as="targetPoint" />
          </mxGeometry>
        </mxCell>
        <mxCell id="QUzsFoNl6aFI_2ed8XXq-98" parent="1" style="text;html=1;whiteSpace=wrap;strokeColor=none;fillColor=none;align=center;verticalAlign=middle;rounded=0;" value="release jira 2" vertex="1">
          <mxGeometry height="30" width="60" x="-585" y="890" as="geometry" />
        </mxCell>
        <mxCell id="QUzsFoNl6aFI_2ed8XXq-99" parent="1" style="text;html=1;whiteSpace=wrap;strokeColor=none;fillColor=none;align=center;verticalAlign=middle;rounded=0;" value="release jira 1" vertex="1">
          <mxGeometry height="30" width="60" x="-581" y="950" as="geometry" />
        </mxCell>
        <mxCell id="QUzsFoNl6aFI_2ed8XXq-100" parent="1" style="text;html=1;whiteSpace=wrap;strokeColor=none;fillColor=none;align=center;verticalAlign=middle;rounded=0;" value="release jira 3" vertex="1">
          <mxGeometry height="30" width="60" x="-568" y="830" as="geometry" />
        </mxCell>
        <mxCell id="QUzsFoNl6aFI_2ed8XXq-101" parent="1" style="text;html=1;whiteSpace=wrap;strokeColor=none;fillColor=none;align=center;verticalAlign=middle;rounded=0;" value="release&amp;nbsp; stable" vertex="1">
          <mxGeometry height="30" width="60" x="-170" y="1070" as="geometry" />
        </mxCell>
        <mxCell id="QUzsFoNl6aFI_2ed8XXq-103" parent="1" style="text;html=1;whiteSpace=wrap;strokeColor=none;fillColor=none;align=center;verticalAlign=middle;rounded=0;fontColor=#FF0000;" value="?" vertex="1">
          <mxGeometry height="30" width="60" x="-440" y="1040" as="geometry" />
        </mxCell>
      </root>
    </mxGraphModel>
  </diagram>
</mxfile>
